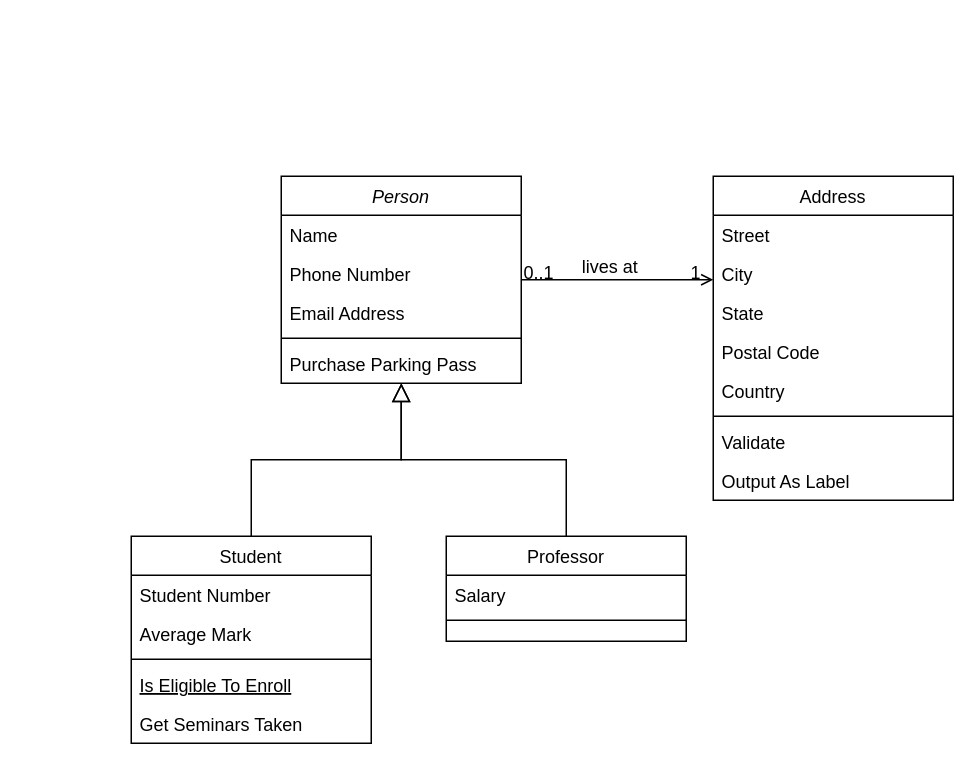
iulica04/Software-Engineering keeps this draw.io diagram as Laborator 4/Diagramă fără titlu.drawio. Above is the earlier version. Source tidied: cells renumbered, new cells numbered last; positions are measured from the earlier drawing's top-left corner, leaving out a move shared by most shapes. Both pictures are drawn from the tidied source at 150%, with x=0, y=0 at pixel (130, 176).
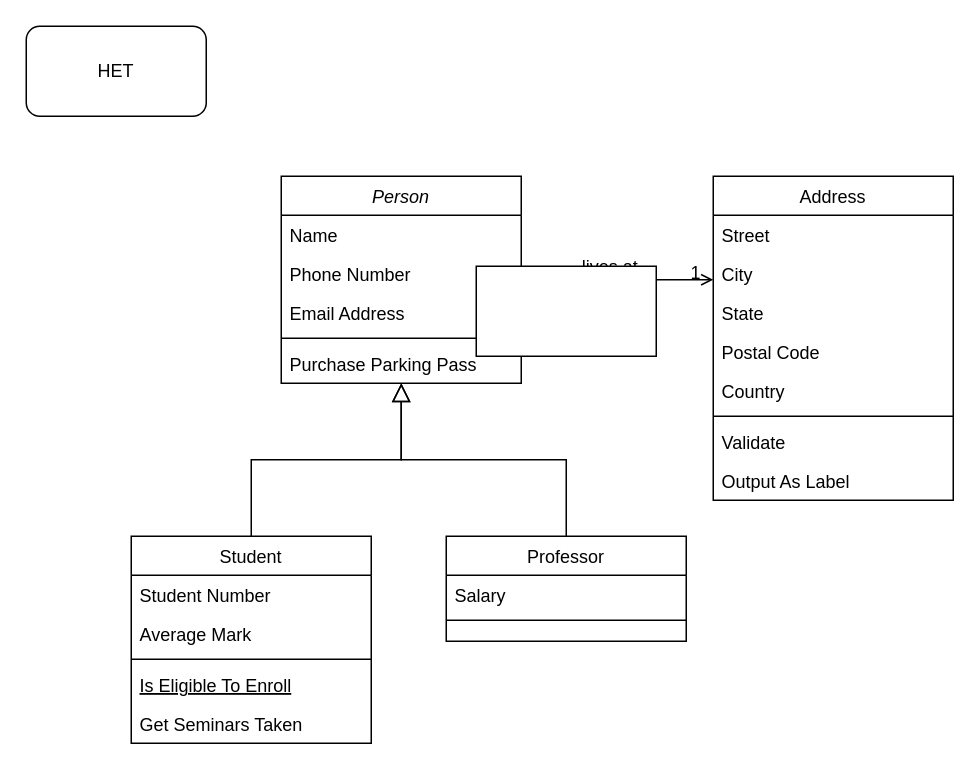
Above is the later version.

The edit, as a diff of the source:
```diff
@@
+    <mxCell id="32" style="rounded=0;whiteSpace=wrap;html=1;" parent="1" vertex="1">
+      <mxGeometry x="230" y="60" width="120" height="60" as="geometry" />
+    </mxCell>
+    <mxCell id="33" value="HET" style="rounded=1;whiteSpace=wrap;html=1;" parent="1" vertex="1">
+      <mxGeometry x="-70" y="-100" width="120" height="60" as="geometry" />
+    </mxCell>
```
